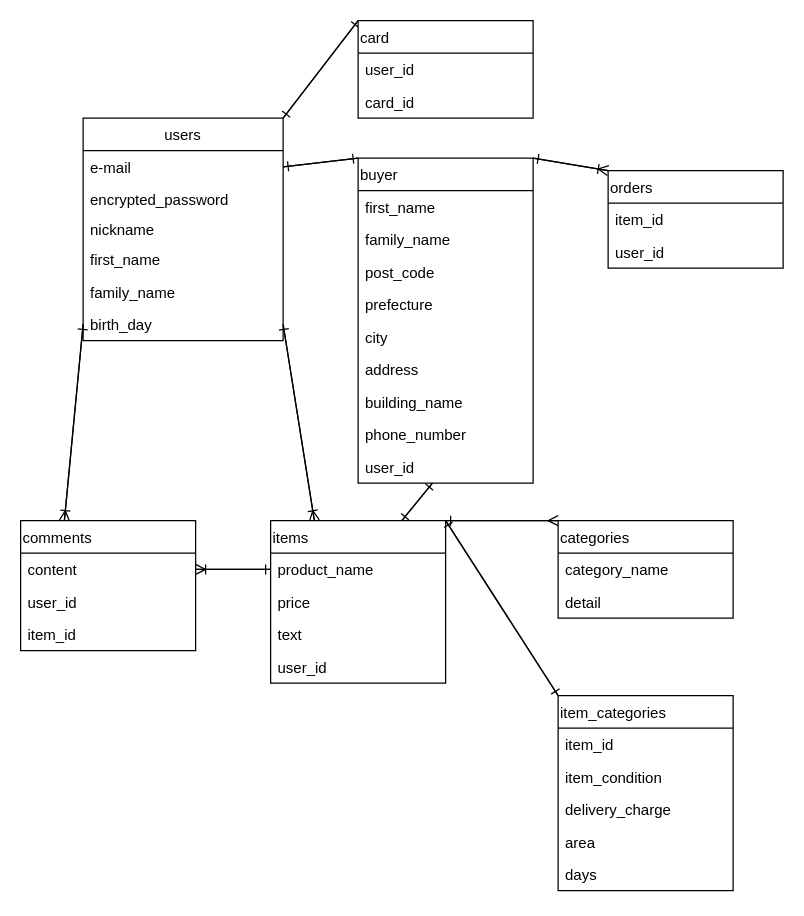
This is furuma.dio from oraiber/furima-37233, a draw.io file, before an edit. Source tidied: cells renumbered, new cells numbered last; positions are measured from the earlier drawing's top-left corner, leaving out a move shared by most shapes. Both pictures are drawn from the tidied source at 125%, with x=0, y=0 at pixel (20, 20).
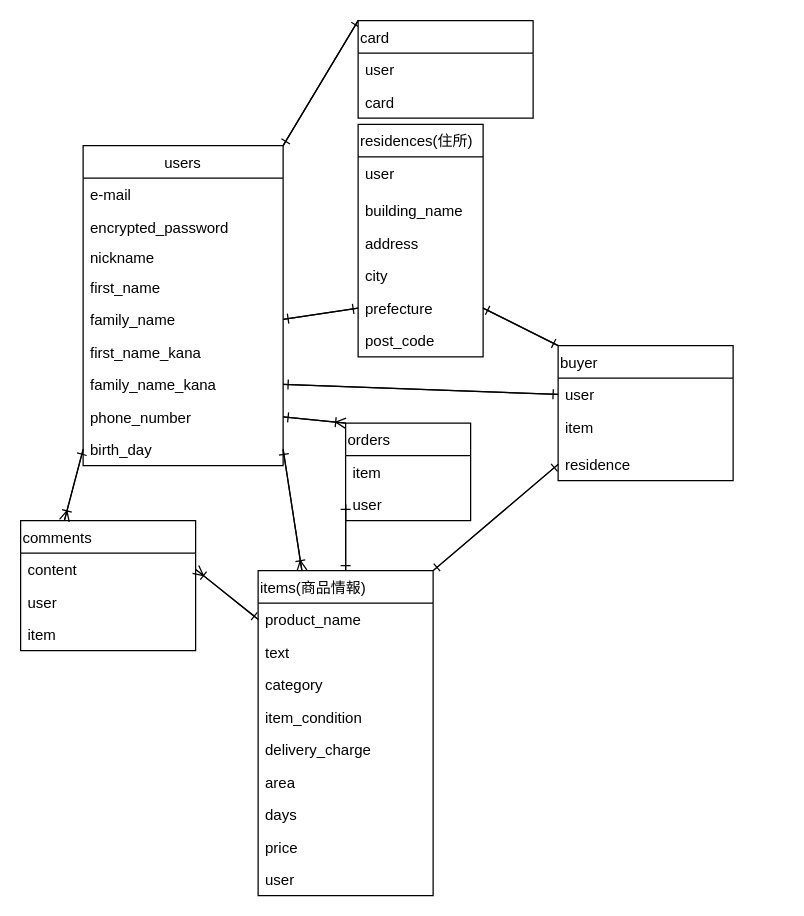
Above is the later version.

Commit message (it also covers changes not shown here):
テーブル設計_3

Unchanged cells that the change refers to:
```xml
<mxCell id="4" value="e-mail" style="text;strokeColor=none;fillColor=none;align=left;verticalAlign=middle;spacingLeft=4;spacingRight=4;overflow=hidden;points=[[0,0.5],[1,0.5]];portConstraint=eastwest;" parent="3" vertex="1">
  <mxGeometry y="26" width="160" height="26" as="geometry" />
</mxCell>
<mxCell id="8" value="family_name" style="text;strokeColor=none;fillColor=none;align=left;verticalAlign=top;spacingLeft=4;spacingRight=4;overflow=hidden;points=[[0,0.5],[1,0.5]];portConstraint=eastwest;" parent="3" vertex="1">
  <mxGeometry y="126" width="160" height="26" as="geometry" />
</mxCell>
<mxCell id="11" value="comments" style="swimlane;fontStyle=0;horizontal=1;startSize=26;align=left;verticalAlign=middle;" parent="1" vertex="1">
  <mxGeometry y="400" width="140" height="104" as="geometry" />
</mxCell>
<mxCell id="28" value="card" style="swimlane;fontStyle=0;horizontal=1;startSize=26;align=left;verticalAlign=middle;" parent="1" vertex="1">
  <mxGeometry x="270" width="140" height="78" as="geometry" />
</mxCell>
```

Diff of the diagram source:
```diff
@@
     <mxCell id="3" value="users" style="swimlane;fontStyle=0;horizontal=1;startSize=26;align=center;verticalAlign=middle;" parent="1" vertex="1">
-      <mxGeometry x="50" y="78" width="160" height="178" as="geometry" />
+      <mxGeometry x="50" y="100" width="160" height="256" as="geometry" />
     </mxCell>
@@
+    <mxCell id="61" value="first_name_kana" style="text;strokeColor=none;fillColor=none;align=left;verticalAlign=top;spacingLeft=4;spacingRight=4;overflow=hidden;" parent="3" vertex="1">
+      <mxGeometry y="152" width="160" height="26" as="geometry" />
+    </mxCell>
+    <mxCell id="62" value="family_name_kana" style="text;strokeColor=none;fillColor=none;align=left;verticalAlign=top;spacingLeft=4;spacingRight=4;overflow=hidden;points=[[0,0.5],[1,0.5]];portConstraint=eastwest;" parent="3" vertex="1">
+      <mxGeometry y="178" width="160" height="26" as="geometry" />
+    </mxCell>
+    <mxCell id="41" value="phone_number" style="text;strokeColor=none;fillColor=none;align=left;verticalAlign=top;spacingLeft=4;spacingRight=4;overflow=hidden;points=[[0,0.5],[1,0.5]];portConstraint=eastwest;" parent="3" vertex="1">
+      <mxGeometry y="204" width="160" height="26" as="geometry" />
+    </mxCell>
     <mxCell id="9" value="birth_day" style="text;strokeColor=none;fillColor=none;align=left;verticalAlign=top;spacingLeft=4;spacingRight=4;overflow=hidden;points=[[0,0.5],[1,0.5]];portConstraint=eastwest;" parent="3" vertex="1">
-      <mxGeometry y="152" width="160" height="26" as="geometry" />
+      <mxGeometry y="230" width="160" height="26" as="geometry" />
     </mxCell>
@@
-    <mxCell id="13" value="user_id" style="text;strokeColor=none;fillColor=none;align=left;verticalAlign=top;spacingLeft=4;spacingRight=4;overflow=hidden;" parent="11" vertex="1">
+    <mxCell id="13" value="user" style="text;strokeColor=none;fillColor=none;align=left;verticalAlign=top;spacingLeft=4;spacingRight=4;overflow=hidden;" parent="11" vertex="1">
       <mxGeometry y="52" width="140" height="26" as="geometry" />
     </mxCell>
-    <mxCell id="14" value="item_id" style="text;strokeColor=none;fillColor=none;align=left;verticalAlign=top;spacingLeft=4;spacingRight=4;overflow=hidden;" parent="11" vertex="1">
+    <mxCell id="14" value="item" style="text;strokeColor=none;fillColor=none;align=left;verticalAlign=top;spacingLeft=4;spacingRight=4;overflow=hidden;" parent="11" vertex="1">
       <mxGeometry y="78" width="140" height="26" as="geometry" />
     </mxCell>
@@
-    <mxCell id="16" style="edgeStyle=none;html=1;exitX=0;exitY=0;exitDx=0;exitDy=0;endArrow=ERone;endFill=0;entryX=1;entryY=0;entryDx=0;entryDy=0;" parent="1" edge="1" source="44" target="18">
-      <mxGeometry relative="1" as="geometry" />
-    </mxCell>
-    <mxCell id="17" style="edgeStyle=none;html=1;exitX=0.75;exitY=0;exitDx=0;exitDy=0;endArrow=ERone;endFill=0;" parent="1" edge="1" source="18" target="42">
+    <mxCell id="17" style="edgeStyle=none;html=1;exitX=1;exitY=0;exitDx=0;exitDy=0;endArrow=ERone;endFill=0;entryX=0;entryY=0.5;entryDx=0;entryDy=0;" parent="1" edge="1" source="18" target="67">
       <mxGeometry relative="1" as="geometry" />
     </mxCell>
+    <mxCell id="63" style="edgeStyle=none;html=1;exitX=0.5;exitY=0;exitDx=0;exitDy=0;entryX=0;entryY=0.5;entryDx=0;entryDy=0;endArrow=ERone;endFill=0;" parent="1" edge="1" source="18" target="58">
+      <mxGeometry relative="1" as="geometry" />
+    </mxCell>
-    <mxCell id="18" value="items" style="swimlane;fontStyle=0;horizontal=1;startSize=26;align=left;verticalAlign=middle;" parent="1" vertex="1">
-      <mxGeometry x="200" y="400" width="140" height="130" as="geometry" />
+    <mxCell id="18" value="items(商品情報)" style="swimlane;fontStyle=0;horizontal=1;startSize=26;align=left;verticalAlign=middle;" parent="1" vertex="1">
+      <mxGeometry x="190" y="440" width="140" height="260" as="geometry" />
     </mxCell>
@@
+    <mxCell id="21" value="text" style="text;strokeColor=none;fillColor=none;align=left;verticalAlign=top;spacingLeft=4;spacingRight=4;overflow=hidden;" parent="18" vertex="1">
+      <mxGeometry y="52" width="140" height="26" as="geometry" />
+    </mxCell>
+    <mxCell id="64" value="category" style="text;strokeColor=none;fillColor=none;align=left;verticalAlign=top;spacingLeft=4;spacingRight=4;overflow=hidden;" parent="18" vertex="1">
+      <mxGeometry y="78" width="140" height="26" as="geometry" />
+    </mxCell>
+    <mxCell id="50" value="item_condition" style="text;strokeColor=none;fillColor=none;align=left;verticalAlign=top;spacingLeft=4;spacingRight=4;overflow=hidden;" parent="18" vertex="1">
+      <mxGeometry y="104" width="140" height="26" as="geometry" />
+    </mxCell>
+    <mxCell id="51" value="delivery_charge" style="text;strokeColor=none;fillColor=none;align=left;verticalAlign=top;spacingLeft=4;spacingRight=4;overflow=hidden;" parent="18" vertex="1">
+      <mxGeometry y="130" width="140" height="26" as="geometry" />
+    </mxCell>
+    <mxCell id="52" value="area" style="text;strokeColor=none;fillColor=none;align=left;verticalAlign=top;spacingLeft=4;spacingRight=4;overflow=hidden;" parent="18" vertex="1">
+      <mxGeometry y="156" width="140" height="26" as="geometry" />
+    </mxCell>
+    <mxCell id="53" value="days" style="text;strokeColor=none;fillColor=none;align=left;verticalAlign=top;spacingLeft=4;spacingRight=4;overflow=hidden;" parent="18" vertex="1">
+      <mxGeometry y="182" width="140" height="26" as="geometry" />
+    </mxCell>
     <mxCell id="20" value="price" style="text;strokeColor=none;fillColor=none;align=left;verticalAlign=top;spacingLeft=4;spacingRight=4;overflow=hidden;" parent="18" vertex="1">
-      <mxGeometry y="52" width="140" height="26" as="geometry" />
+      <mxGeometry y="208" width="140" height="26" as="geometry" />
     </mxCell>
-    <mxCell id="21" value="text" style="text;strokeColor=none;fillColor=none;align=left;verticalAlign=top;spacingLeft=4;spacingRight=4;overflow=hidden;" parent="18" vertex="1">
-      <mxGeometry y="78" width="140" height="26" as="geometry" />
-    </mxCell>
-    <mxCell id="22" value="user_id" style="text;strokeColor=none;fillColor=none;align=left;verticalAlign=top;spacingLeft=4;spacingRight=4;overflow=hidden;" parent="18" vertex="1">
-      <mxGeometry y="104" width="140" height="26" as="geometry" />
+    <mxCell id="22" value="user" style="text;strokeColor=none;fillColor=none;align=left;verticalAlign=top;spacingLeft=4;spacingRight=4;overflow=hidden;" parent="18" vertex="1">
+      <mxGeometry y="234" width="140" height="26" as="geometry" />
     </mxCell>
@@
-    <mxCell id="29" value="user_id" style="text;strokeColor=none;fillColor=none;align=left;verticalAlign=top;spacingLeft=4;spacingRight=4;overflow=hidden;" parent="28" vertex="1">
+    <mxCell id="29" value="user" style="text;strokeColor=none;fillColor=none;align=left;verticalAlign=top;spacingLeft=4;spacingRight=4;overflow=hidden;" parent="28" vertex="1">
       <mxGeometry y="26" width="140" height="26" as="geometry" />
     </mxCell>
-    <mxCell id="30" value="card_id" style="text;strokeColor=none;fillColor=none;align=left;verticalAlign=top;spacingLeft=4;spacingRight=4;overflow=hidden;" parent="28" vertex="1">
+    <mxCell id="30" value="card" style="text;strokeColor=none;fillColor=none;align=left;verticalAlign=top;spacingLeft=4;spacingRight=4;overflow=hidden;" parent="28" vertex="1">
       <mxGeometry y="52" width="140" height="26" as="geometry" />
     </mxCell>
-    <mxCell id="31" style="edgeStyle=none;html=1;exitX=0;exitY=0;exitDx=0;exitDy=0;entryX=1;entryY=0.5;entryDx=0;entryDy=0;endArrow=ERone;endFill=0;" parent="1" edge="1" source="33" target="4">
-      <mxGeometry relative="1" as="geometry" />
-    </mxCell>
-    <mxCell id="32" style="edgeStyle=none;html=1;exitX=1;exitY=0;exitDx=0;exitDy=0;entryX=0;entryY=0;entryDx=0;entryDy=0;endArrow=ERoneToMany;endFill=0;" parent="1" edge="1" source="33" target="56">
-      <mxGeometry relative="1" as="geometry" />
-    </mxCell>
+    <mxCell id="65" style="edgeStyle=none;html=1;exitX=0;exitY=0.5;exitDx=0;exitDy=0;entryX=1;entryY=0.5;entryDx=0;entryDy=0;endArrow=ERone;endFill=0;" parent="1" edge="1" source="42" target="62">
+      <mxGeometry relative="1" as="geometry" />
+    </mxCell>
     <mxCell id="33" value="buyer" style="swimlane;fontStyle=0;horizontal=1;startSize=26;align=left;verticalAlign=middle;" parent="1" vertex="1">
-      <mxGeometry x="270" y="110" width="140" height="260" as="geometry" />
+      <mxGeometry x="430" y="260" width="140" height="108" as="geometry" />
     </mxCell>
-    <mxCell id="34" value="first_name " style="text;strokeColor=none;fillColor=none;align=left;verticalAlign=top;spacingLeft=4;spacingRight=4;overflow=hidden;" parent="33" vertex="1">
-      <mxGeometry y="26" width="140" height="26" as="geometry" />
-    </mxCell>
-    <mxCell id="35" value="family_name" style="text;strokeColor=none;fillColor=none;align=left;verticalAlign=top;spacingLeft=4;spacingRight=4;overflow=hidden;" parent="33" vertex="1">
-      <mxGeometry y="52" width="140" height="26" as="geometry" />
-    </mxCell>
+    <mxCell id="42" value="user" style="text;strokeColor=none;fillColor=none;align=left;verticalAlign=top;spacingLeft=4;spacingRight=4;overflow=hidden;points=[[0,0.5],[1,0.5]];portConstraint=eastwest;" parent="33" vertex="1">
+      <mxGeometry y="26" width="140" height="26" as="geometry" />
+    </mxCell>
+    <mxCell id="66" value="item" style="text;strokeColor=none;fillColor=none;spacingLeft=4;spacingRight=4;overflow=hidden;fontSize=12;" parent="33" vertex="1">
+      <mxGeometry y="52" width="140" height="30" as="geometry" />
+    </mxCell>
+    <mxCell id="67" value="residence" style="text;strokeColor=none;fillColor=none;align=left;verticalAlign=top;spacingLeft=4;spacingRight=4;overflow=hidden;points=[[0,0.5],[1,0.5]];portConstraint=eastwest;" parent="33" vertex="1">
+      <mxGeometry y="82" width="140" height="26" as="geometry" />
+    </mxCell>
+    <mxCell id="54" style="edgeStyle=none;html=1;entryX=1;entryY=0;entryDx=0;entryDy=0;endArrow=ERone;endFill=0;exitX=0;exitY=0.5;exitDx=0;exitDy=0;" parent="1" edge="1" source="67" target="18">
+      <mxGeometry relative="1" as="geometry" />
+    </mxCell>
+    <mxCell id="68" style="edgeStyle=none;html=1;exitX=1;exitY=0.5;exitDx=0;exitDy=0;entryX=0;entryY=0;entryDx=0;entryDy=0;endArrow=ERoneToMany;endFill=0;" parent="1" edge="1" source="41" target="56">
+      <mxGeometry relative="1" as="geometry" />
+    </mxCell>
+    <mxCell id="69" style="edgeStyle=none;html=1;endArrow=ERone;endFill=0;entryX=1;entryY=0.5;entryDx=0;entryDy=0;exitX=0;exitY=0;exitDx=0;exitDy=0;" parent="1" edge="1" source="56" target="41">
+      <mxGeometry relative="1" as="geometry" />
+    </mxCell>
+    <mxCell id="70" style="edgeStyle=none;html=1;exitX=1;exitY=0.5;exitDx=0;exitDy=0;entryX=0;entryY=0;entryDx=0;entryDy=0;endArrow=ERone;endFill=0;" parent="1" edge="1" source="37" target="33">
+      <mxGeometry relative="1" as="geometry" />
+    </mxCell>
+    <mxCell id="71" style="edgeStyle=none;html=1;exitX=0;exitY=0.5;exitDx=0;exitDy=0;entryX=1;entryY=0.5;entryDx=0;entryDy=0;endArrow=ERone;endFill=0;" parent="1" edge="1" source="37" target="8">
+      <mxGeometry relative="1" as="geometry" />
+    </mxCell>
+    <mxCell id="72" value="residences(住所)" style="swimlane;fontStyle=0;horizontal=1;startSize=26;align=left;verticalAlign=middle;" parent="1" vertex="1">
+      <mxGeometry x="270" y="83" width="100" height="186" as="geometry" />
+    </mxCell>
+    <mxCell id="73" value="user" style="text;strokeColor=none;fillColor=none;spacingLeft=4;spacingRight=4;overflow=hidden;fontSize=12;" parent="72" vertex="1">
+      <mxGeometry y="26" width="100" height="30" as="geometry" />
+    </mxCell>
+    <mxCell id="40" value="building_name" style="text;strokeColor=none;fillColor=none;align=left;verticalAlign=top;spacingLeft=4;spacingRight=4;overflow=hidden;" parent="72" vertex="1">
+      <mxGeometry y="56" width="100" height="26" as="geometry" />
+    </mxCell>
+    <mxCell id="39" value="address" style="text;strokeColor=none;fillColor=none;align=left;verticalAlign=top;spacingLeft=4;spacingRight=4;overflow=hidden;" parent="72" vertex="1">
+      <mxGeometry y="82" width="100" height="26" as="geometry" />
+    </mxCell>
+    <mxCell id="38" value="city" style="text;strokeColor=none;fillColor=none;align=left;verticalAlign=top;spacingLeft=4;spacingRight=4;overflow=hidden;" parent="72" vertex="1">
+      <mxGeometry y="108" width="100" height="26" as="geometry" />
+    </mxCell>
+    <mxCell id="37" value="prefecture" style="text;strokeColor=none;fillColor=none;align=left;verticalAlign=top;spacingLeft=4;spacingRight=4;overflow=hidden;points=[[0,0.5],[1,0.5]];portConstraint=eastwest;" parent="72" vertex="1">
+      <mxGeometry y="134" width="100" height="26" as="geometry" />
+    </mxCell>
-    <mxCell id="36" value="post_code" style="text;strokeColor=none;fillColor=none;align=left;verticalAlign=top;spacingLeft=4;spacingRight=4;overflow=hidden;" parent="33" vertex="1">
-      <mxGeometry y="78" width="140" height="26" as="geometry" />
+    <mxCell id="36" value="post_code" style="text;strokeColor=none;fillColor=none;align=left;verticalAlign=top;spacingLeft=4;spacingRight=4;overflow=hidden;" parent="72" vertex="1">
+      <mxGeometry y="160" width="100" height="26" as="geometry" />
     </mxCell>
-    <mxCell id="37" value="prefecture" style="text;strokeColor=none;fillColor=none;align=left;verticalAlign=top;spacingLeft=4;spacingRight=4;overflow=hidden;points=[[0,0.5],[1,0.5]];portConstraint=eastwest;" parent="33" vertex="1">
-      <mxGeometry y="104" width="140" height="26" as="geometry" />
-    </mxCell>
-    <mxCell id="38" value="city" style="text;strokeColor=none;fillColor=none;align=left;verticalAlign=top;spacingLeft=4;spacingRight=4;overflow=hidden;" parent="33" vertex="1">
-      <mxGeometry y="130" width="140" height="26" as="geometry" />
-    </mxCell>
-    <mxCell id="39" value="address" style="text;strokeColor=none;fillColor=none;align=left;verticalAlign=top;spacingLeft=4;spacingRight=4;overflow=hidden;" parent="33" vertex="1">
-      <mxGeometry y="156" width="140" height="26" as="geometry" />
-    </mxCell>
-    <mxCell id="40" value="building_name" style="text;strokeColor=none;fillColor=none;align=left;verticalAlign=top;spacingLeft=4;spacingRight=4;overflow=hidden;" parent="33" vertex="1">
-      <mxGeometry y="182" width="140" height="26" as="geometry" />
-    </mxCell>
-    <mxCell id="41" value="phone_number" style="text;strokeColor=none;fillColor=none;align=left;verticalAlign=top;spacingLeft=4;spacingRight=4;overflow=hidden;points=[[0,0.5],[1,0.5]];portConstraint=eastwest;" parent="33" vertex="1">
-      <mxGeometry y="208" width="140" height="26" as="geometry" />
-    </mxCell>
-    <mxCell id="42" value="user_id" style="text;strokeColor=none;fillColor=none;align=left;verticalAlign=top;spacingLeft=4;spacingRight=4;overflow=hidden;points=[[0,0.5],[1,0.5]];portConstraint=eastwest;" parent="33" vertex="1">
-      <mxGeometry y="234" width="140" height="26" as="geometry" />
-    </mxCell>
-    <mxCell id="43" style="edgeStyle=none;html=1;endArrow=ERmany;endFill=0;entryX=0;entryY=0;entryDx=0;entryDy=0;exitX=1;exitY=0;exitDx=0;exitDy=0;" parent="1" edge="1" source="18" target="44">
-      <mxGeometry relative="1" as="geometry" />
-    </mxCell>
-    <mxCell id="44" value="categories" style="swimlane;fontStyle=0;horizontal=1;startSize=26;align=left;verticalAlign=middle;" parent="1" vertex="1">
-      <mxGeometry x="430" y="400" width="140" height="78" as="geometry" />
-    </mxCell>
-    <mxCell id="45" value="category_name" style="text;strokeColor=none;fillColor=none;align=left;verticalAlign=top;spacingLeft=4;spacingRight=4;overflow=hidden;" parent="44" vertex="1">
-      <mxGeometry y="26" width="140" height="26" as="geometry" />
-    </mxCell>
-    <mxCell id="46" value="detail" style="text;strokeColor=none;fillColor=none;align=left;verticalAlign=top;spacingLeft=4;spacingRight=4;overflow=hidden;" parent="44" vertex="1">
-      <mxGeometry y="52" width="140" height="26" as="geometry" />
-    </mxCell>
-    <mxCell id="47" style="edgeStyle=none;html=1;exitX=1;exitY=0.5;exitDx=0;exitDy=0;entryX=0;entryY=0;entryDx=0;entryDy=0;endArrow=ERone;endFill=0;" parent="1" edge="1" source="4" target="33">
-      <mxGeometry relative="1" as="geometry" />
-    </mxCell>
-    <mxCell id="48" value="item_categories" style="swimlane;fontStyle=0;horizontal=1;startSize=26;align=left;verticalAlign=middle;" parent="1" vertex="1">
-      <mxGeometry x="430" y="540" width="140" height="156" as="geometry" />
-    </mxCell>
-    <mxCell id="49" value="item_id" style="text;strokeColor=none;fillColor=none;align=left;verticalAlign=top;spacingLeft=4;spacingRight=4;overflow=hidden;" parent="48" vertex="1">
-      <mxGeometry y="26" width="140" height="26" as="geometry" />
-    </mxCell>
-    <mxCell id="50" value="item_condition" style="text;strokeColor=none;fillColor=none;align=left;verticalAlign=top;spacingLeft=4;spacingRight=4;overflow=hidden;" parent="48" vertex="1">
-      <mxGeometry y="52" width="140" height="26" as="geometry" />
-    </mxCell>
-    <mxCell id="51" value="delivery_charge" style="text;strokeColor=none;fillColor=none;align=left;verticalAlign=top;spacingLeft=4;spacingRight=4;overflow=hidden;" parent="48" vertex="1">
-      <mxGeometry y="78" width="140" height="26" as="geometry" />
-    </mxCell>
-    <mxCell id="52" value="area" style="text;strokeColor=none;fillColor=none;align=left;verticalAlign=top;spacingLeft=4;spacingRight=4;overflow=hidden;" parent="48" vertex="1">
-      <mxGeometry y="104" width="140" height="26" as="geometry" />
-    </mxCell>
-    <mxCell id="53" value="days" style="text;strokeColor=none;fillColor=none;align=left;verticalAlign=top;spacingLeft=4;spacingRight=4;overflow=hidden;" parent="48" vertex="1">
-      <mxGeometry y="130" width="140" height="26" as="geometry" />
-    </mxCell>
-    <mxCell id="54" style="edgeStyle=none;html=1;entryX=0.75;entryY=0;entryDx=0;entryDy=0;endArrow=ERone;endFill=0;" parent="1" edge="1" source="42" target="18">
-      <mxGeometry relative="1" as="geometry" />
-    </mxCell>
-    <mxCell id="55" style="edgeStyle=none;html=1;exitX=0;exitY=0;exitDx=0;exitDy=0;entryX=1;entryY=0;entryDx=0;entryDy=0;endArrow=ERone;endFill=0;" parent="1" edge="1" source="56" target="33">
-      <mxGeometry relative="1" as="geometry" />
-    </mxCell>
+    <mxCell id="74" style="edgeStyle=none;html=1;exitX=0;exitY=0;exitDx=0;exitDy=0;entryX=1;entryY=0.5;entryDx=0;entryDy=0;endArrow=ERone;endFill=0;" parent="1" edge="1" source="33" target="37">
+      <mxGeometry relative="1" as="geometry" />
+    </mxCell>
+    <mxCell id="75" style="edgeStyle=none;html=1;exitX=1;exitY=0.5;exitDx=0;exitDy=0;entryX=0;entryY=0.5;entryDx=0;entryDy=0;endArrow=ERone;endFill=0;" parent="1" edge="1" source="8" target="37">
+      <mxGeometry relative="1" as="geometry" />
+    </mxCell>
     <mxCell id="56" value="orders" style="swimlane;fontStyle=0;horizontal=1;startSize=26;align=left;verticalAlign=middle;" parent="1" vertex="1">
-      <mxGeometry x="470" y="120" width="140" height="78" as="geometry" />
+      <mxGeometry x="260" y="322" width="100" height="78" as="geometry" />
     </mxCell>
-    <mxCell id="57" value="item_id" style="text;strokeColor=none;fillColor=none;align=left;verticalAlign=top;spacingLeft=4;spacingRight=4;overflow=hidden;" parent="56" vertex="1">
-      <mxGeometry y="26" width="140" height="26" as="geometry" />
+    <mxCell id="57" value="item" style="text;strokeColor=none;fillColor=none;align=left;verticalAlign=top;spacingLeft=4;spacingRight=4;overflow=hidden;" parent="56" vertex="1">
+      <mxGeometry y="26" width="100" height="26" as="geometry" />
     </mxCell>
-    <mxCell id="58" value="user_id" style="text;strokeColor=none;fillColor=none;align=left;verticalAlign=top;spacingLeft=4;spacingRight=4;overflow=hidden;points=[[0,0.5],[1,0.5]];portConstraint=eastwest;" parent="56" vertex="1">
-      <mxGeometry y="52" width="140" height="26" as="geometry" />
+    <mxCell id="58" value="user" style="text;strokeColor=none;fillColor=none;align=left;verticalAlign=top;spacingLeft=4;spacingRight=4;overflow=hidden;points=[[0,0.5],[1,0.5]];portConstraint=eastwest;" parent="56" vertex="1">
+      <mxGeometry y="52" width="100" height="26" as="geometry" />
     </mxCell>
-    <mxCell id="59" style="edgeStyle=none;html=1;exitX=0;exitY=0;exitDx=0;exitDy=0;entryX=1;entryY=0;entryDx=0;entryDy=0;endArrow=ERone;endFill=0;" parent="1" edge="1" source="48" target="18">
-      <mxGeometry relative="1" as="geometry" />
-    </mxCell>
-    <mxCell id="60" style="edgeStyle=none;html=1;exitX=1;exitY=0;exitDx=0;exitDy=0;entryX=0;entryY=0;entryDx=0;entryDy=0;endArrow=ERone;endFill=0;" parent="1" edge="1" source="18" target="48">
-      <mxGeometry relative="1" as="geometry" />
-    </mxCell>
+    <mxCell id="76" style="edgeStyle=none;html=1;exitX=0;exitY=0.5;exitDx=0;exitDy=0;entryX=0.5;entryY=0;entryDx=0;entryDy=0;endArrow=ERone;endFill=0;" parent="1" edge="1" source="58" target="18">
+      <mxGeometry relative="1" as="geometry" />
+    </mxCell>
+    <mxCell id="77" style="edgeStyle=none;html=1;exitX=1;exitY=0.5;exitDx=0;exitDy=0;endArrow=ERone;endFill=0;entryX=0;entryY=0.5;entryDx=0;entryDy=0;" parent="1" edge="1" source="62" target="42">
+      <mxGeometry relative="1" as="geometry" />
+    </mxCell>
```
